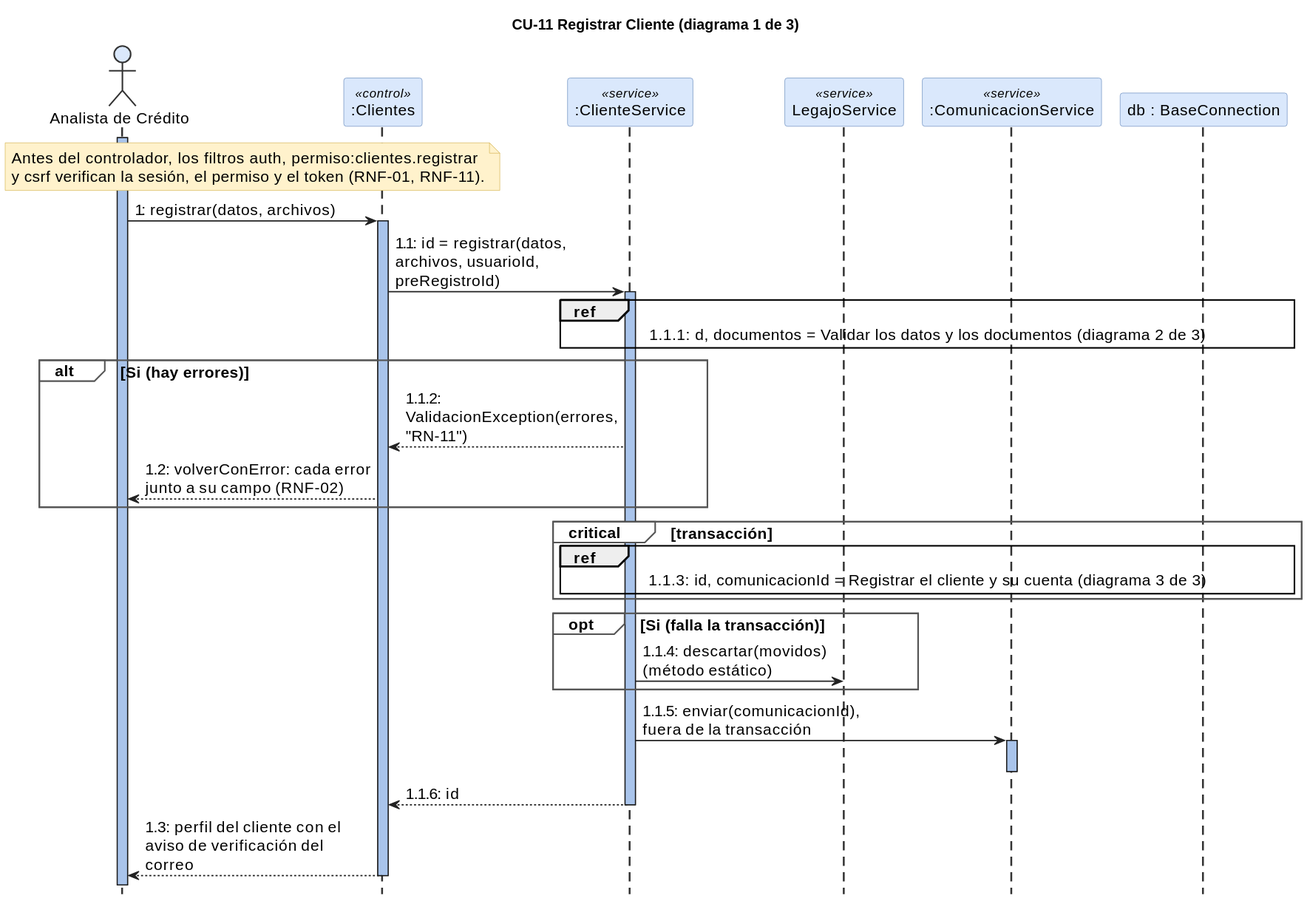
The PlantUML diagram docs/diseno/secuencias/svg/cu11_1.svg in ivanthoux/sigccr, before a commit. The source it was exported from:
```plantuml
@startuml
!include estilo.iuml
title CU-11 Registrar Cliente (diagrama 1 de 3)
actor "Analista de Crédito" as AN
participant ":Clientes" as C <<control>>
participant ":ClienteService" as S <<service>>
participant "LegajoService" as L <<service>>
participant ":ComunicacionService" as CO <<service>>
participant "db : BaseConnection" as DB
activate AN
note over AN, C : Antes del controlador, los filtros auth, permiso:clientes.registrar\ny csrf verifican la sesión, el permiso y el token (RNF-01, RNF-11).
AN -> C ++ : 1: registrar(datos, archivos)
C -> S ++ : 1.1: id = registrar(datos, archivos, usuarioId, preRegistroId)
ref over S, DB : 1.1.1: d, documentos = Validar los datos y los documentos (diagrama 2 de 3)
alt Si (hay errores)
  S --> C : 1.1.2: ValidacionException(errores, "RN-11")
  C --> AN : 1.2: volverConError: cada error junto a su campo (RNF-02)
end
group critical [transacción]
  ref over S, DB : 1.1.3: id, comunicacionId = Registrar el cliente y su cuenta (diagrama 3 de 3)
end
opt Si (falla la transacción)
  S -> L : 1.1.4: descartar(movidos) (método estático)
end
S -> CO ++ : 1.1.5: enviar(comunicacionId), fuera de la transacción
deactivate CO
S --> C -- : 1.1.6: id
C --> AN -- : 1.3: perfil del cliente con el aviso de verificación del correo
@enduml
```
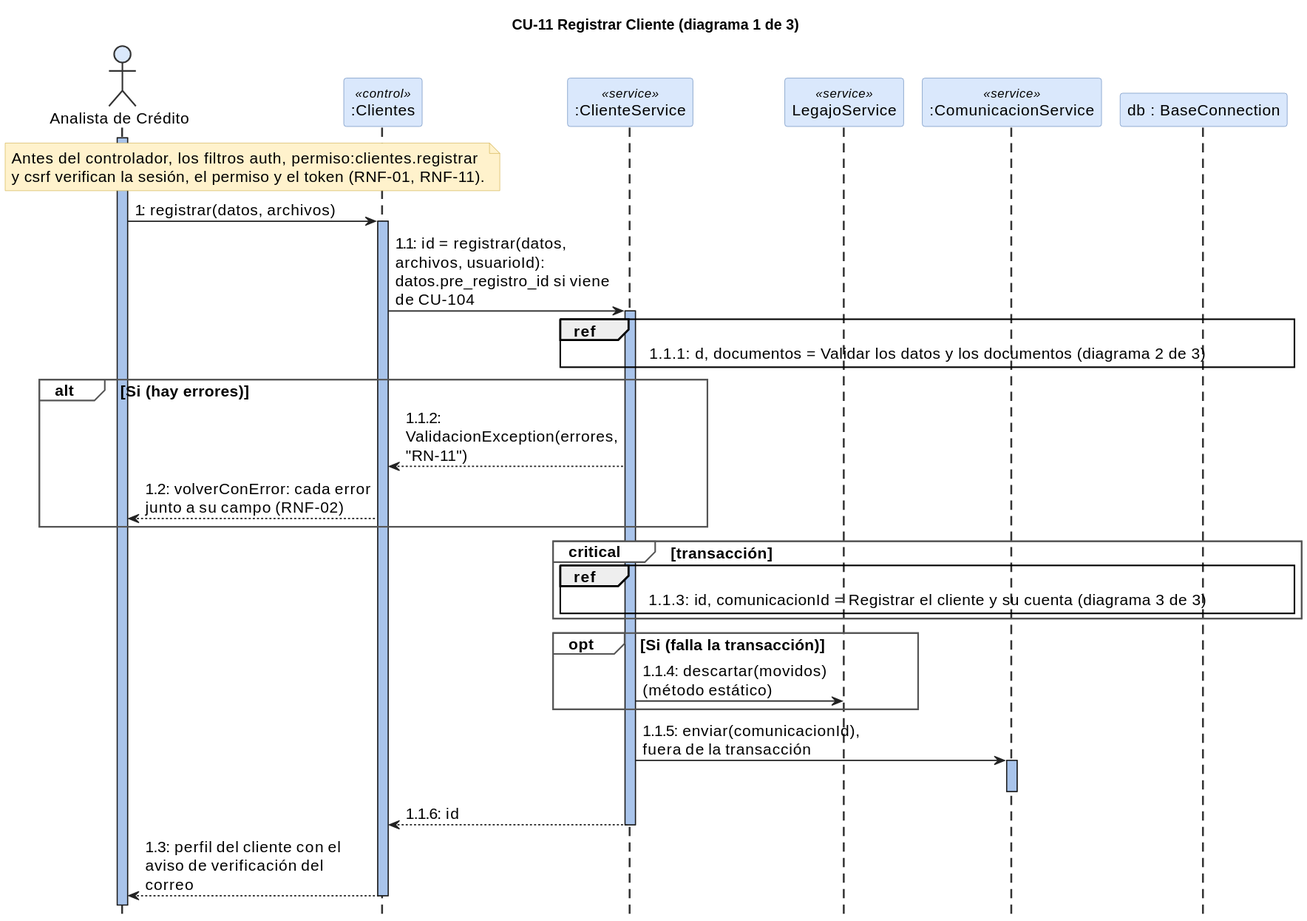
After the change.

The edit, as a diff of the source:
```diff
@@ -10,7 +10,7 @@
 activate AN
 note over AN, C : Antes del controlador, los filtros auth, permiso:clientes.registrar\ny csrf verifican la sesión, el permiso y el token (RNF-01, RNF-11).
 AN -> C ++ : 1: registrar(datos, archivos)
-C -> S ++ : 1.1: id = registrar(datos, archivos, usuarioId, preRegistroId)
+C -> S ++ : 1.1: id = registrar(datos, archivos, usuarioId): datos.pre_registro_id si viene de CU-104
 ref over S, DB : 1.1.1: d, documentos = Validar los datos y los documentos (diagrama 2 de 3)
 alt Si (hay errores)
   S --> C : 1.1.2: ValidacionException(errores, "RN-11")
```
